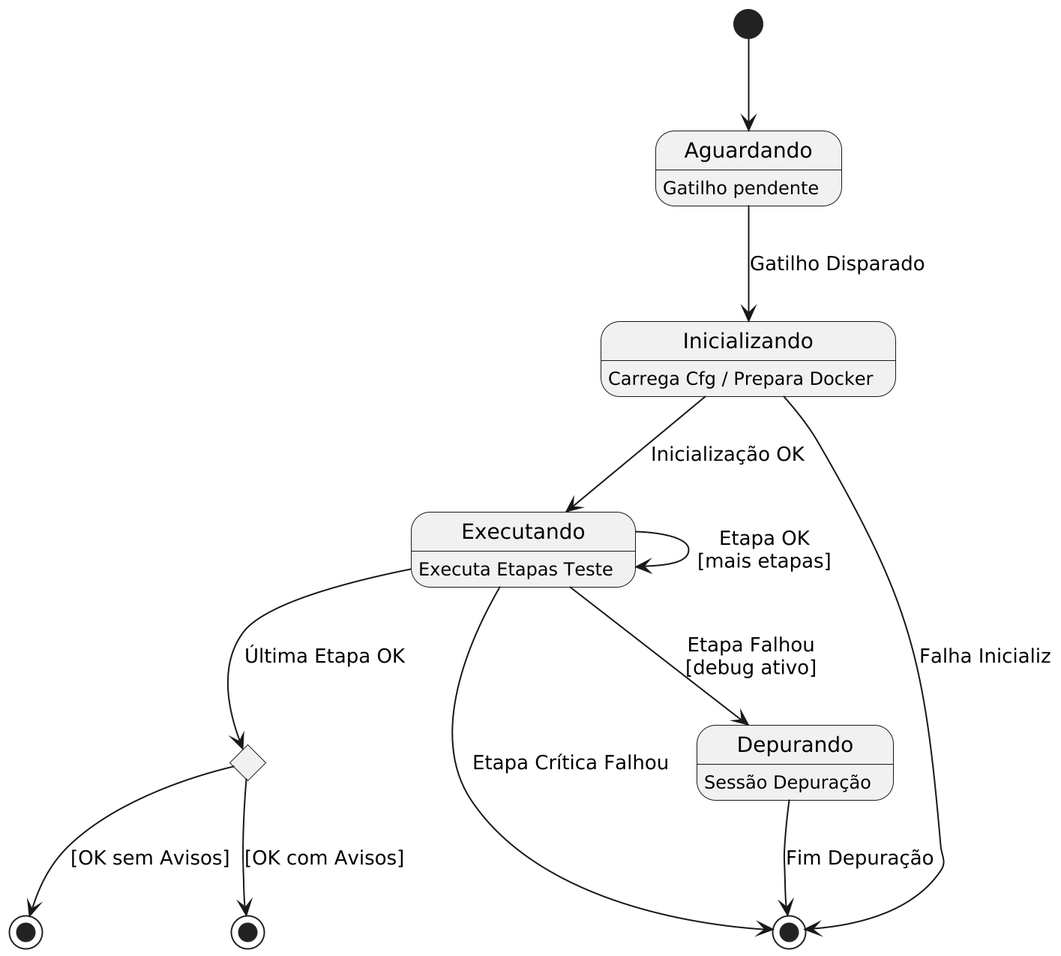
Earlier version of the PlantUML export Artefatos/diagrams/estados.png (h3nc4/tmp).
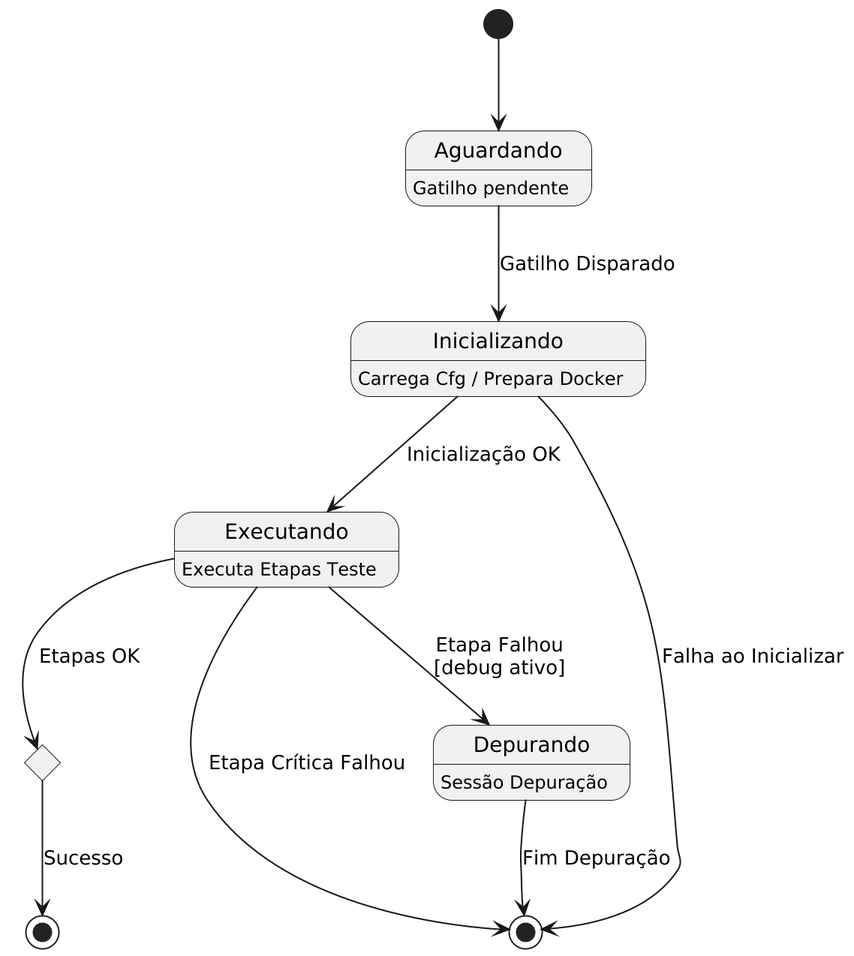
The same file after the commit.

Commit message:
update state diagrams

The edit, as a diff of the source:
```diff
@@ -10,7 +10,6 @@
 state "FimExecucao" as Fim <<choice>>
 
 state "Sucesso" as Success <<end>>
-state "ComAvisos" as Warned <<end>>
 state "Falha" as Failed <<end>>
 
 [*] --> Aguardando
@@ -18,17 +17,15 @@
 Aguardando --> Init : Gatilho Disparado
 
 Init --> Exec : Inicialização OK
-Init --> Failed : Falha Inicializ
+Init --> Failed : Falha ao Inicializar
 
-Exec --> Exec : Etapa OK\n[mais etapas]
-Exec --> Fim : Última Etapa OK
+Exec --> Fim : Etapas OK
 
 Exec --> Debug : Etapa Falhou\n[debug ativo]
 Debug --> Failed : Fim Depuração
 
 Exec --> Failed : Etapa Crítica Falhou
 
-Fim --> Success : [OK sem Avisos]
-Fim --> Warned : [OK com Avisos]
+Fim --> Success : Sucesso
 
 @enduml
```
